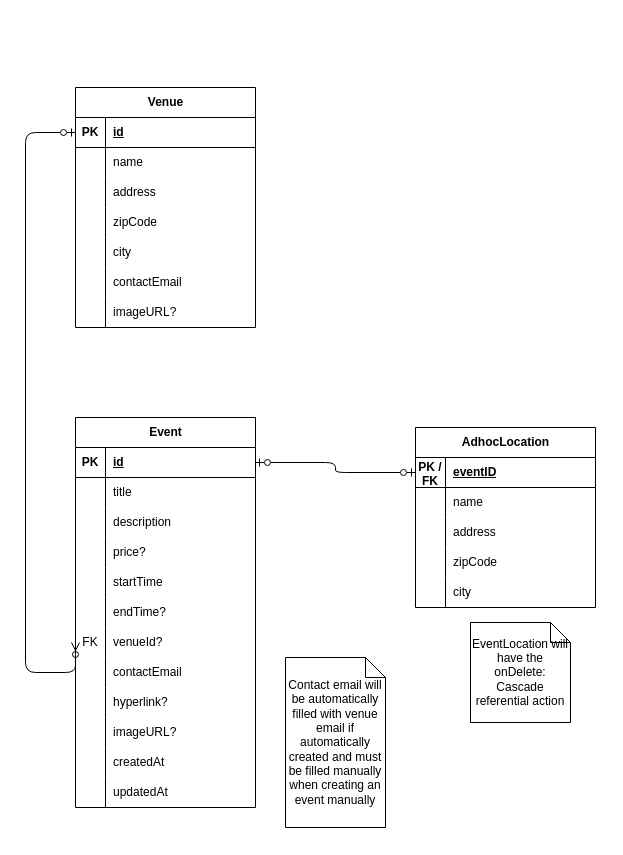
Above: prisma/data-model.drawio in JurekMueller/wcs-kalender (draw.io), before the change. Source tidied: cells renumbered, new cells numbered last; positions are measured from the earlier drawing's top-left corner, leaving out a move shared by most shapes. Both pictures are drawn from the tidied source at 100%, with x=0, y=0 at pixel (25, 87).
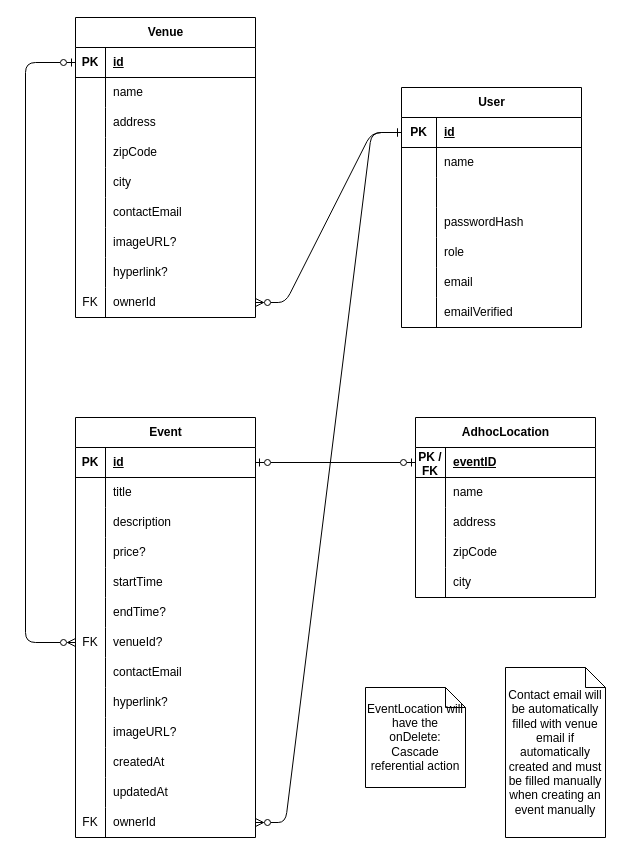
The same diagram, later.

The change refers to these unchanged cells:
```xml
<mxCell id="21" style="shape=tableRow;horizontal=0;startSize=0;swimlaneHead=0;swimlaneBody=0;fillColor=none;points=[[0,0.5],[1,0.5]];portConstraint=eastwest;top=0;left=0;right=0;bottom=0;" parent="2" vertex="1">
  <mxGeometry y="210" width="180" height="30" as="geometry" />
</mxCell>
<mxCell id="40" style="shape=tableRow;horizontal=0;startSize=0;swimlaneHead=0;swimlaneBody=0;fillColor=none;points=[[0,0.5],[1,0.5]];portConstraint=eastwest;top=0;left=0;right=0;bottom=1;" parent="39" vertex="1">
  <mxGeometry y="30" width="180" height="30" as="geometry" />
</mxCell>
```

What changed in the source:
```diff
@@
     <mxCell id="2" value="Event" style="shape=table;startSize=30;childLayout=tableLayout;rowLines=0;fontStyle=1;align=center;html=1;" parent="1" vertex="1">
-      <mxGeometry x="50" y="330" width="180" height="390" as="geometry" />
+      <mxGeometry x="50" y="330" width="180" height="420" as="geometry" />
     </mxCell>
@@
+    <mxCell id="81" style="shape=tableRow;horizontal=0;startSize=0;swimlaneHead=0;swimlaneBody=0;fillColor=none;points=[[0,0.5],[1,0.5]];portConstraint=eastwest;top=0;left=0;right=0;bottom=0;" parent="2" vertex="1">
+      <mxGeometry y="390" width="180" height="30" as="geometry" />
+    </mxCell>
+    <mxCell id="82" value="FK" style="shape=partialRectangle;fillColor=none;top=0;left=0;bottom=0;right=0;overflow=hidden;whiteSpace=wrap;html=1;" parent="81" vertex="1">
+      <mxGeometry width="30" height="30" as="geometry" />
+    </mxCell>
+    <mxCell id="83" value="ownerId" style="shape=partialRectangle;fillColor=none;top=0;left=0;bottom=0;right=0;align=left;spacingLeft=6;overflow=hidden;whiteSpace=wrap;html=1;" parent="81" vertex="1">
+      <mxGeometry x="30" width="150" height="30" as="geometry" />
+    </mxCell>
     <mxCell id="39" value="Venue" style="shape=table;startSize=30;childLayout=tableLayout;rowLines=0;fontStyle=1;align=center;html=1;" parent="1" vertex="1">
-      <mxGeometry x="50" width="180" height="240" as="geometry" />
+      <mxGeometry x="50" y="-70" width="180" height="300" as="geometry" />
     </mxCell>
@@
+    <mxCell id="84" style="shape=tableRow;horizontal=0;startSize=0;swimlaneHead=0;swimlaneBody=0;fillColor=none;top=0;left=0;right=0;bottom=0;" parent="39" vertex="1">
+      <mxGeometry y="240" width="180" height="30" as="geometry" />
+    </mxCell>
+    <mxCell id="85" style="shape=partialRectangle;fillColor=none;top=0;left=0;bottom=0;right=0;overflow=hidden;whiteSpace=wrap;html=1;" parent="84" vertex="1">
+      <mxGeometry width="30" height="30" as="geometry" />
+    </mxCell>
+    <mxCell id="86" value="hyperlink?" style="shape=partialRectangle;fillColor=none;top=0;left=0;bottom=0;right=0;align=left;spacingLeft=6;overflow=hidden;whiteSpace=wrap;html=1;" parent="84" vertex="1">
+      <mxGeometry x="30" width="150" height="30" as="geometry" />
+    </mxCell>
+    <mxCell id="87" style="shape=tableRow;horizontal=0;startSize=0;swimlaneHead=0;swimlaneBody=0;fillColor=none;points=[[0,0.5],[1,0.5]];portConstraint=eastwest;top=0;left=0;right=0;bottom=0;" parent="39" vertex="1">
+      <mxGeometry y="270" width="180" height="30" as="geometry" />
+    </mxCell>
+    <mxCell id="88" value="FK" style="shape=partialRectangle;fillColor=none;top=0;left=0;bottom=0;right=0;overflow=hidden;whiteSpace=wrap;html=1;" parent="87" vertex="1">
+      <mxGeometry width="30" height="30" as="geometry" />
+    </mxCell>
+    <mxCell id="89" value="ownerId" style="shape=partialRectangle;fillColor=none;top=0;left=0;bottom=0;right=0;align=left;spacingLeft=6;overflow=hidden;whiteSpace=wrap;html=1;" parent="87" vertex="1">
+      <mxGeometry x="30" width="150" height="30" as="geometry" />
+    </mxCell>
     <mxCell id="61" value="AdhocLocation" style="shape=table;startSize=30;childLayout=tableLayout;rowLines=0;fontStyle=1;align=center;html=1;" parent="1" vertex="1">
-      <mxGeometry x="390" y="340" width="180" height="180" as="geometry" />
+      <mxGeometry x="390" y="330" width="180" height="180" as="geometry" />
     </mxCell>
@@
     <mxCell id="78" style="edgeStyle=orthogonalEdgeStyle;html=1;exitX=0;exitY=0.5;exitDx=0;exitDy=0;entryX=0;entryY=0.5;entryDx=0;entryDy=0;startArrow=ERzeroToMany;startFill=0;endArrow=ERzeroToOne;endFill=0;" parent="1" edge="1" source="21" target="40">
       <mxGeometry relative="1" as="geometry">
         <Array as="points">
-          <mxPoint y="585" />
-          <mxPoint y="45" />
+          <mxPoint y="555" />
+          <mxPoint y="-25" />
         </Array>
       </mxGeometry>
     </mxCell>
     <mxCell id="79" value="Contact email will be automatically filled with venue email if automatically created and must be filled manually when creating an event manually" style="shape=note;size=20;whiteSpace=wrap;html=1;" parent="1" vertex="1">
-      <mxGeometry x="260" y="570" width="100" height="170" as="geometry" />
+      <mxGeometry x="480" y="580" width="100" height="170" as="geometry" />
     </mxCell>
     <mxCell id="80" value="EventLocation will have the onDelete: Cascade referential action" style="shape=note;size=20;whiteSpace=wrap;html=1;" parent="1" vertex="1">
-      <mxGeometry x="445" y="535" width="100" height="100" as="geometry" />
+      <mxGeometry x="340" y="600" width="100" height="100" as="geometry" />
     </mxCell>
+    <mxCell id="90" value="User" style="shape=table;startSize=30;childLayout=tableLayout;rowLines=0;fontStyle=1;align=center;html=1;" parent="1" vertex="1">
+      <mxGeometry x="376" width="180" height="240" as="geometry" />
+    </mxCell>
+    <mxCell id="91" style="shape=tableRow;horizontal=0;startSize=0;swimlaneHead=0;swimlaneBody=0;fillColor=none;points=[[0,0.5],[1,0.5]];portConstraint=eastwest;top=0;left=0;right=0;bottom=1;" parent="90" vertex="1">
+      <mxGeometry y="30" width="180" height="30" as="geometry" />
+    </mxCell>
+    <mxCell id="92" value="PK" style="shape=partialRectangle;fillColor=none;top=0;left=0;bottom=0;right=0;fontStyle=1;overflow=hidden;whiteSpace=wrap;html=1;" parent="91" vertex="1">
+      <mxGeometry width="35" height="30" as="geometry" />
+    </mxCell>
+    <mxCell id="93" value="id" style="shape=partialRectangle;fillColor=none;top=0;left=0;bottom=0;right=0;align=left;spacingLeft=6;fontStyle=5;overflow=hidden;whiteSpace=wrap;html=1;" parent="91" vertex="1">
+      <mxGeometry x="35" width="145" height="30" as="geometry" />
+    </mxCell>
+    <mxCell id="94" style="shape=tableRow;horizontal=0;startSize=0;swimlaneHead=0;swimlaneBody=0;fillColor=none;top=0;left=0;right=0;bottom=0;" parent="90" vertex="1">
+      <mxGeometry y="60" width="180" height="30" as="geometry" />
+    </mxCell>
+    <mxCell id="95" style="shape=partialRectangle;fillColor=none;top=0;left=0;bottom=0;right=0;overflow=hidden;whiteSpace=wrap;html=1;" parent="94" vertex="1">
+      <mxGeometry width="35" height="30" as="geometry" />
+    </mxCell>
+    <mxCell id="96" value="name" style="shape=partialRectangle;fillColor=none;top=0;left=0;bottom=0;right=0;align=left;spacingLeft=6;overflow=hidden;whiteSpace=wrap;html=1;" parent="94" vertex="1">
+      <mxGeometry x="35" width="145" height="30" as="geometry" />
+    </mxCell>
+    <mxCell id="97" style="shape=tableRow;horizontal=0;startSize=0;swimlaneHead=0;swimlaneBody=0;fillColor=none;top=0;left=0;right=0;bottom=0;" parent="90" vertex="1">
+      <mxGeometry y="90" width="180" height="30" as="geometry" />
+    </mxCell>
+    <mxCell id="98" style="shape=partialRectangle;fillColor=none;top=0;left=0;bottom=0;right=0;overflow=hidden;whiteSpace=wrap;html=1;" parent="97" vertex="1">
+      <mxGeometry width="35" height="30" as="geometry" />
+    </mxCell>
+    <mxCell id="99" style="shape=partialRectangle;fillColor=none;top=0;left=0;bottom=0;right=0;align=left;spacingLeft=6;overflow=hidden;whiteSpace=wrap;html=1;" parent="97" vertex="1">
+      <mxGeometry x="35" width="145" height="30" as="geometry" />
+    </mxCell>
+    <mxCell id="100" style="shape=tableRow;horizontal=0;startSize=0;swimlaneHead=0;swimlaneBody=0;fillColor=none;top=0;left=0;right=0;bottom=0;" parent="90" vertex="1">
+      <mxGeometry y="120" width="180" height="30" as="geometry" />
+    </mxCell>
+    <mxCell id="101" style="shape=partialRectangle;fillColor=none;top=0;left=0;bottom=0;right=0;overflow=hidden;whiteSpace=wrap;html=1;" parent="100" vertex="1">
+      <mxGeometry width="35" height="30" as="geometry" />
+    </mxCell>
+    <mxCell id="102" value="passwordHash" style="shape=partialRectangle;fillColor=none;top=0;left=0;bottom=0;right=0;align=left;spacingLeft=6;overflow=hidden;whiteSpace=wrap;html=1;" parent="100" vertex="1">
+      <mxGeometry x="35" width="145" height="30" as="geometry" />
+    </mxCell>
+    <mxCell id="103" style="shape=tableRow;horizontal=0;startSize=0;swimlaneHead=0;swimlaneBody=0;fillColor=none;top=0;left=0;right=0;bottom=0;" parent="90" vertex="1">
+      <mxGeometry y="150" width="180" height="30" as="geometry" />
+    </mxCell>
+    <mxCell id="104" style="shape=partialRectangle;fillColor=none;top=0;left=0;bottom=0;right=0;overflow=hidden;whiteSpace=wrap;html=1;" parent="103" vertex="1">
+      <mxGeometry width="35" height="30" as="geometry" />
+    </mxCell>
+    <mxCell id="105" value="role" style="shape=partialRectangle;fillColor=none;top=0;left=0;bottom=0;right=0;align=left;spacingLeft=6;overflow=hidden;whiteSpace=wrap;html=1;" parent="103" vertex="1">
+      <mxGeometry x="35" width="145" height="30" as="geometry" />
+    </mxCell>
+    <mxCell id="106" style="shape=tableRow;horizontal=0;startSize=0;swimlaneHead=0;swimlaneBody=0;fillColor=none;top=0;left=0;right=0;bottom=0;" parent="90" vertex="1">
+      <mxGeometry y="180" width="180" height="30" as="geometry" />
+    </mxCell>
+    <mxCell id="107" style="shape=partialRectangle;fillColor=none;top=0;left=0;bottom=0;right=0;overflow=hidden;whiteSpace=wrap;html=1;" parent="106" vertex="1">
+      <mxGeometry width="35" height="30" as="geometry" />
+    </mxCell>
+    <mxCell id="108" value="email" style="shape=partialRectangle;fillColor=none;top=0;left=0;bottom=0;right=0;align=left;spacingLeft=6;overflow=hidden;whiteSpace=wrap;html=1;" parent="106" vertex="1">
+      <mxGeometry x="35" width="145" height="30" as="geometry" />
+    </mxCell>
+    <mxCell id="109" style="shape=tableRow;horizontal=0;startSize=0;swimlaneHead=0;swimlaneBody=0;fillColor=none;top=0;left=0;right=0;bottom=0;" parent="90" vertex="1">
+      <mxGeometry y="210" width="180" height="30" as="geometry" />
+    </mxCell>
+    <mxCell id="110" style="shape=partialRectangle;fillColor=none;top=0;left=0;bottom=0;right=0;overflow=hidden;whiteSpace=wrap;html=1;" parent="109" vertex="1">
+      <mxGeometry width="35" height="30" as="geometry" />
+    </mxCell>
+    <mxCell id="111" value="emailVerified" style="shape=partialRectangle;fillColor=none;top=0;left=0;bottom=0;right=0;align=left;spacingLeft=6;overflow=hidden;whiteSpace=wrap;html=1;" parent="109" vertex="1">
+      <mxGeometry x="35" width="145" height="30" as="geometry" />
+    </mxCell>
+    <mxCell id="112" style="edgeStyle=entityRelationEdgeStyle;html=1;exitX=1;exitY=0.5;exitDx=0;exitDy=0;entryX=0;entryY=0.5;entryDx=0;entryDy=0;startArrow=ERzeroToMany;startFill=0;endArrow=ERone;endFill=0;" parent="1" edge="1" source="87" target="91">
+      <mxGeometry relative="1" as="geometry" />
+    </mxCell>
+    <mxCell id="113" style="edgeStyle=entityRelationEdgeStyle;html=1;exitX=1;exitY=0.5;exitDx=0;exitDy=0;entryX=0;entryY=0.5;entryDx=0;entryDy=0;startArrow=ERzeroToMany;startFill=0;endArrow=ERone;endFill=0;" parent="1" edge="1" source="81" target="91">
+      <mxGeometry relative="1" as="geometry" />
+    </mxCell>
```
